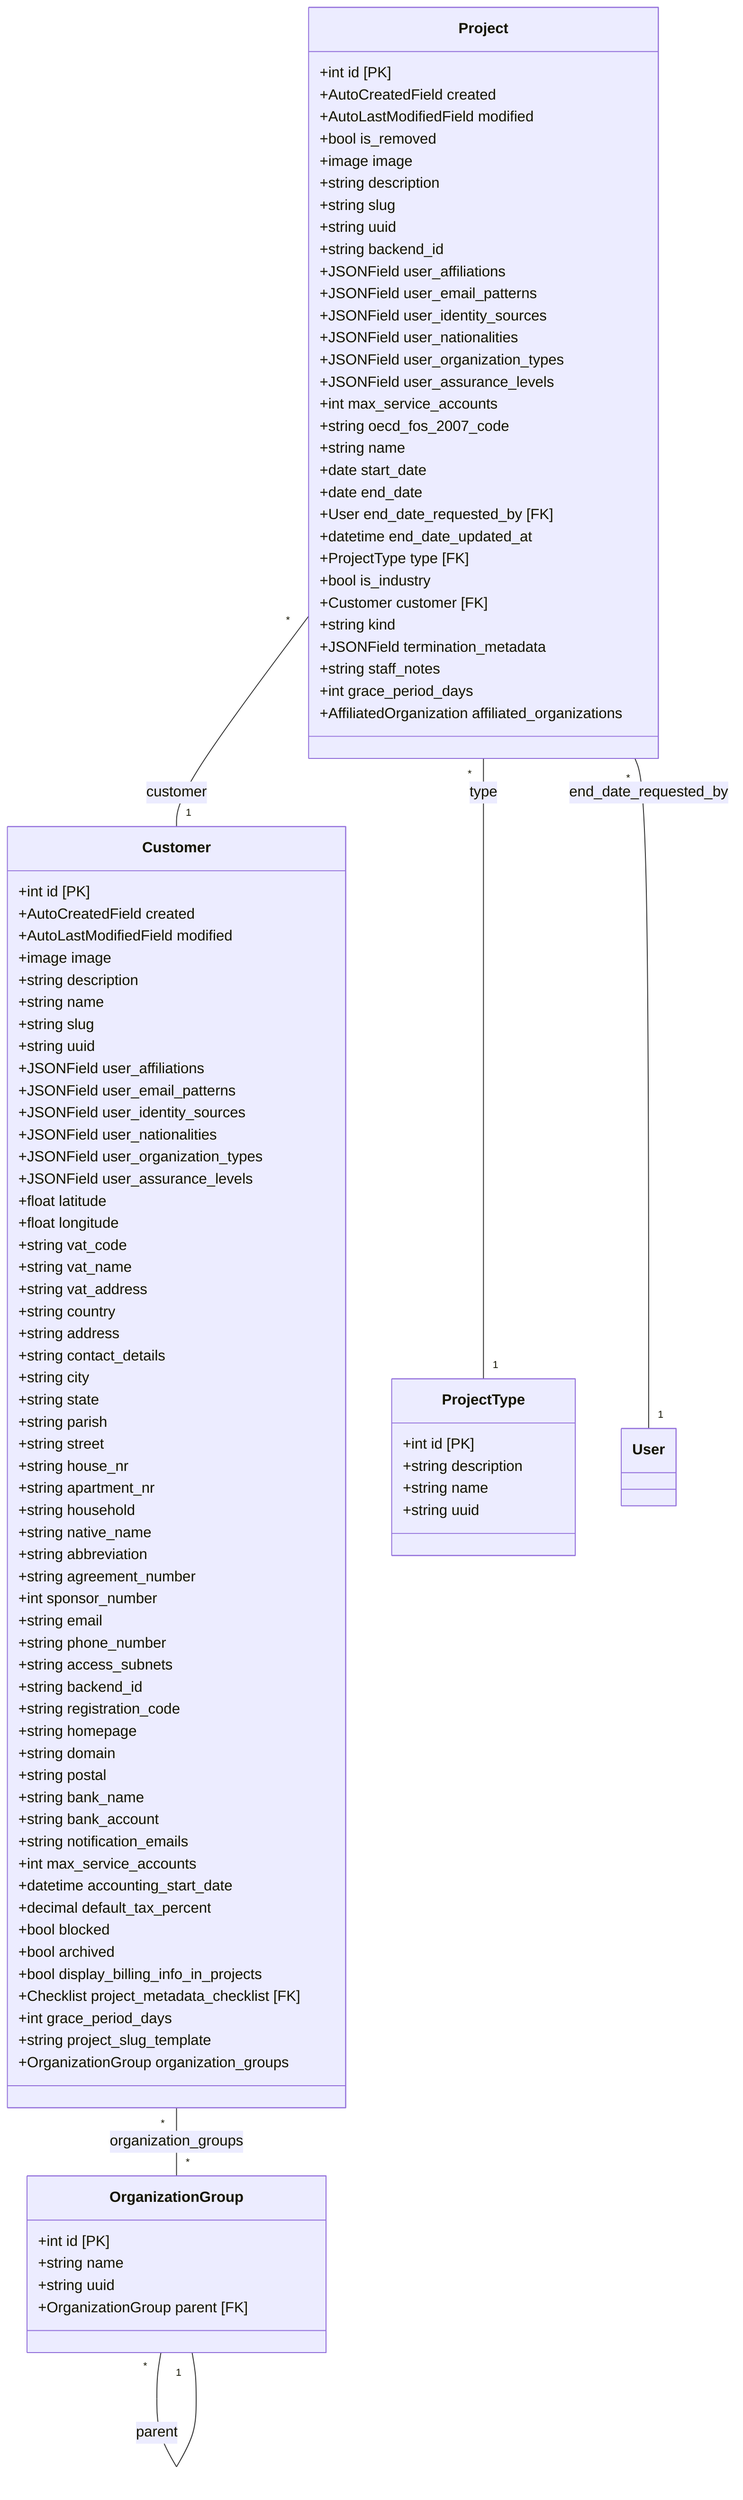
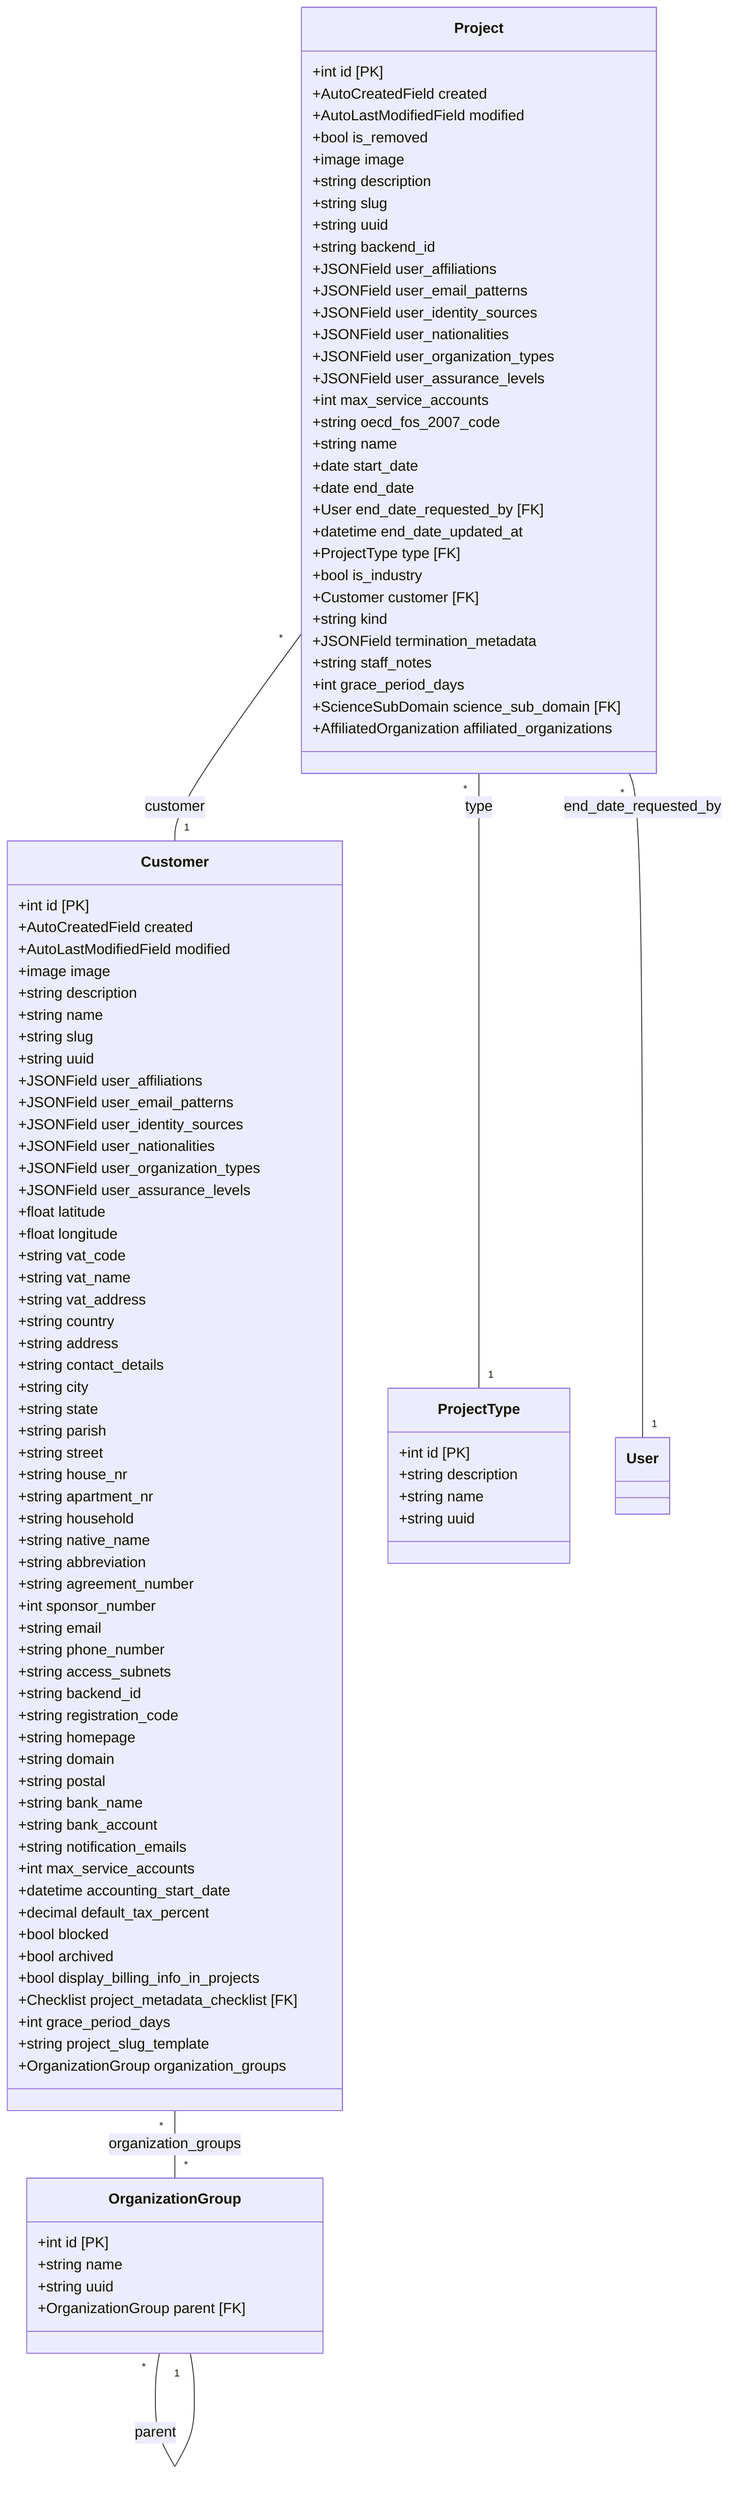
classDiagram
    direction TB
    class OrganizationGroup {
        +int id [PK]
        +string name
        +string uuid
        +OrganizationGroup parent [FK]
    }
    class Customer {
        +int id [PK]
        +AutoCreatedField created
        +AutoLastModifiedField modified
        +image image
        +string description
        +string name
        +string slug
        +string uuid
        +JSONField user_affiliations
        +JSONField user_email_patterns
        +JSONField user_identity_sources
        +JSONField user_nationalities
        +JSONField user_organization_types
        +JSONField user_assurance_levels
        +float latitude
        +float longitude
        +string vat_code
        +string vat_name
        +string vat_address
        +string country
        +string address
        +string contact_details
        +string city
        +string state
        +string parish
        +string street
        +string house_nr
        +string apartment_nr
        +string household
        +string native_name
        +string abbreviation
        +string agreement_number
        +int sponsor_number
        +string email
        +string phone_number
        +string access_subnets
        +string backend_id
        +string registration_code
        +string homepage
        +string domain
        +string postal
        +string bank_name
        +string bank_account
        +string notification_emails
        +int max_service_accounts
        +datetime accounting_start_date
        +decimal default_tax_percent
        +bool blocked
        +bool archived
        +bool display_billing_info_in_projects
        +Checklist project_metadata_checklist [FK]
        +int grace_period_days
        +string project_slug_template
        +OrganizationGroup organization_groups
    }
    class ProjectType {
        +int id [PK]
        +string description
        +string name
        +string uuid
    }
    class Project {
        +int id [PK]
        +AutoCreatedField created
        +AutoLastModifiedField modified
        +bool is_removed
        +image image
        +string description
        +string slug
        +string uuid
        +string backend_id
        +JSONField user_affiliations
        +JSONField user_email_patterns
        +JSONField user_identity_sources
        +JSONField user_nationalities
        +JSONField user_organization_types
        +JSONField user_assurance_levels
        +int max_service_accounts
        +string oecd_fos_2007_code
        +string name
        +date start_date
        +date end_date
        +User end_date_requested_by [FK]
        +datetime end_date_updated_at
        +ProjectType type [FK]
        +bool is_industry
        +Customer customer [FK]
        +string kind
        +JSONField termination_metadata
        +string staff_notes
        +int grace_period_days
+         +ScienceSubDomain science_sub_domain [FK]
        +AffiliatedOrganization affiliated_organizations
    }
    Customer "*" -- "*" OrganizationGroup : organization_groups
    OrganizationGroup "*" -- "1" OrganizationGroup : parent
    Project "*" -- "1" Customer : customer
    Project "*" -- "1" ProjectType : type
    Project "*" -- "1" User : end_date_requested_by